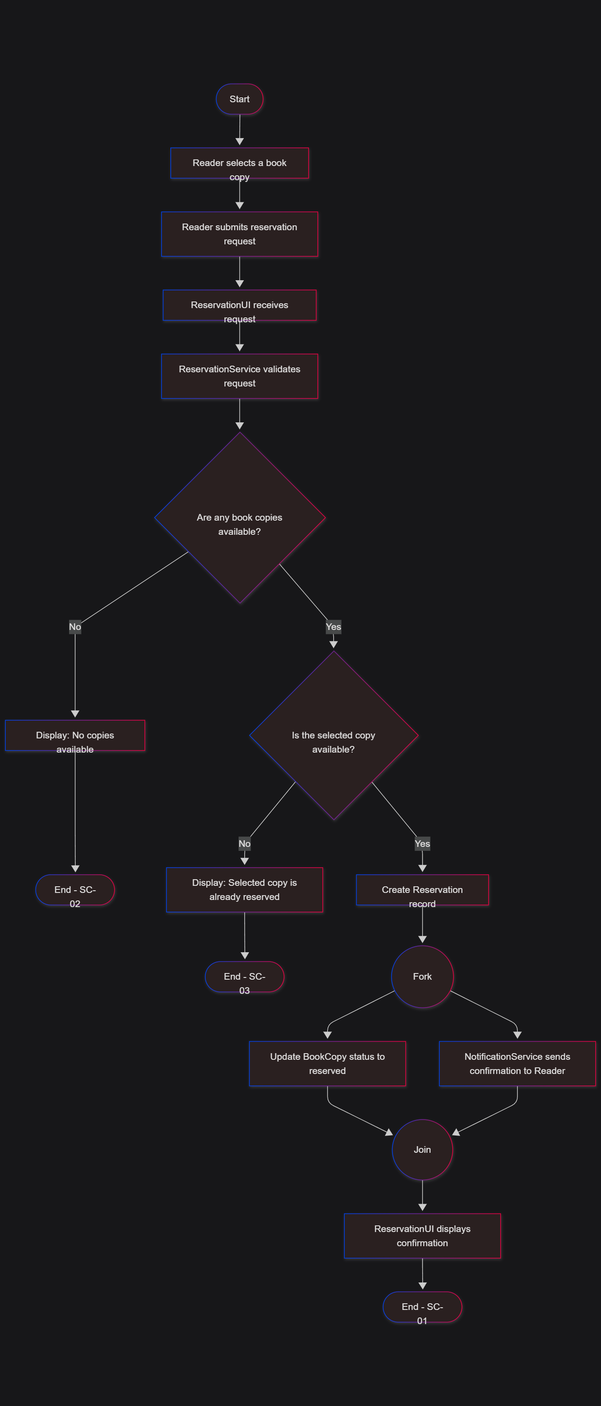
The Mermaid diagram activity/reservation-process.png in liza051/library-activity-diagram, before a commit. Its source is kept beside it as activity/reservation-process.mmd.
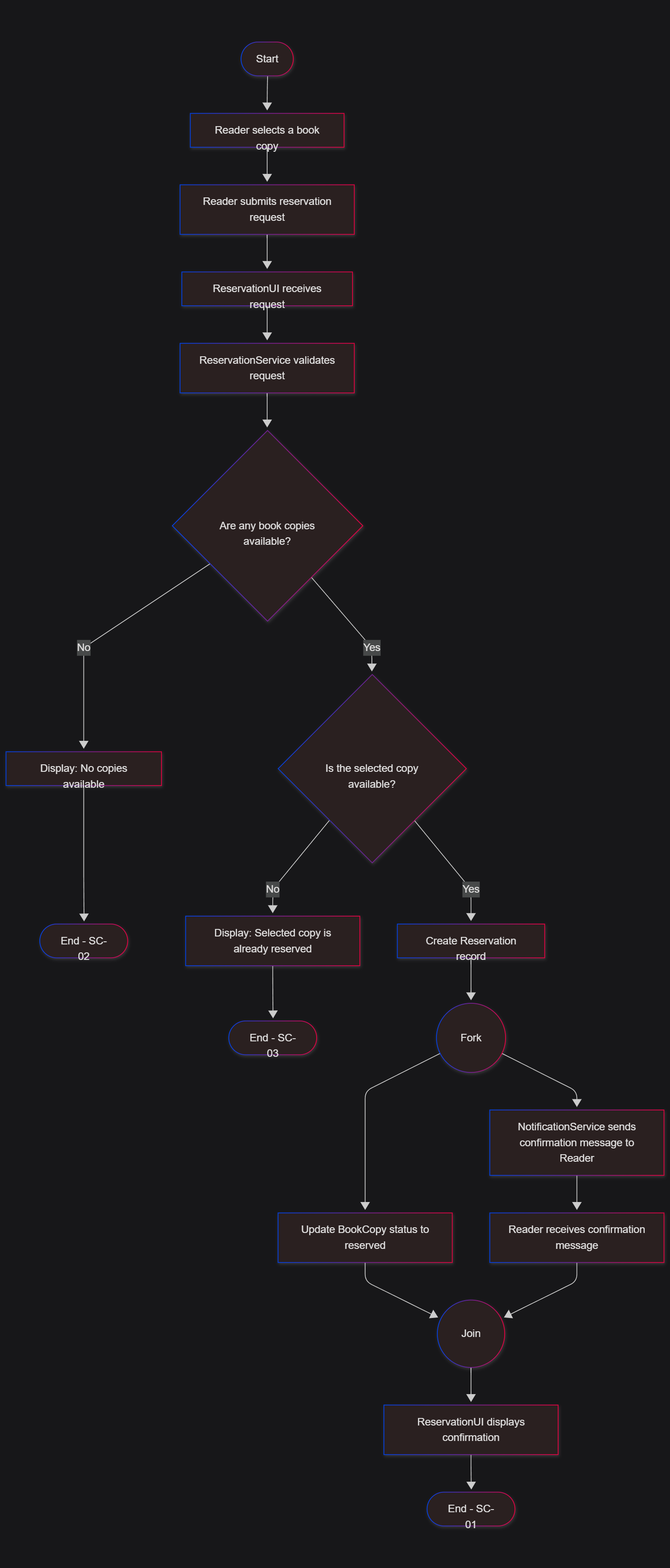
After the commit.

Commit message:
Complete Lab 4 Activity Diagram

Diff of the diagram source:
```diff
@@ -17,10 +17,11 @@
     CreateReservation --> Fork((Fork))
 
     Fork --> UpdateCopy[Update BookCopy status to reserved]
-    Fork --> SendNotification[NotificationService sends confirmation to Reader]
+    Fork --> SendNotification[NotificationService sends confirmation message to Reader]
+    SendNotification --> ReceiveNotification[Reader receives confirmation message]
 
     UpdateCopy --> Join((Join))
-    SendNotification --> Join
+    ReceiveNotification --> Join
 
     Join --> ShowConfirmation[ReservationUI displays confirmation]
     ShowConfirmation --> End3([End - SC-01])
```
